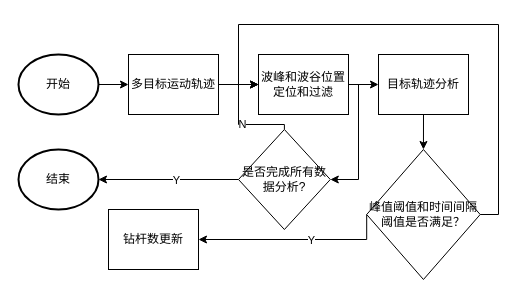
The draw.io diagram 钻杆计数方法.drawio in paleblackless/diagrams, before the edit. Source tidied: cells renumbered, new cells numbered last; positions are measured from the earlier drawing's top-left corner, leaving out a move shared by most shapes. Both pictures are drawn from the tidied source at 100%, with x=0, y=0 at pixel (18, 24).
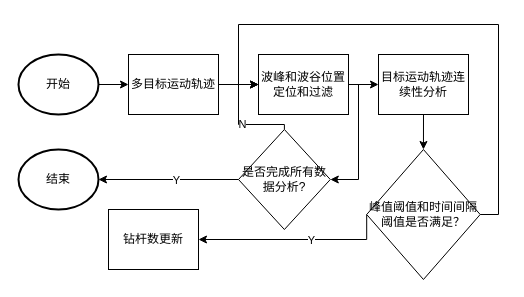
Above is the later version.

Commit message (it also covers changes not shown here):
更新钻杆计数方法.drawio

Change to the diagram source:
```diff
@@
-    <mxCell id="12" value="目标轨迹分析" style="rounded=0;whiteSpace=wrap;html=1;" parent="1" vertex="1">
+    <mxCell id="12" value="目标运动轨迹连续性分析" style="rounded=0;whiteSpace=wrap;html=1;" parent="1" vertex="1">
       <mxGeometry x="360" y="30" width="90" height="60" as="geometry" />
     </mxCell>
```
